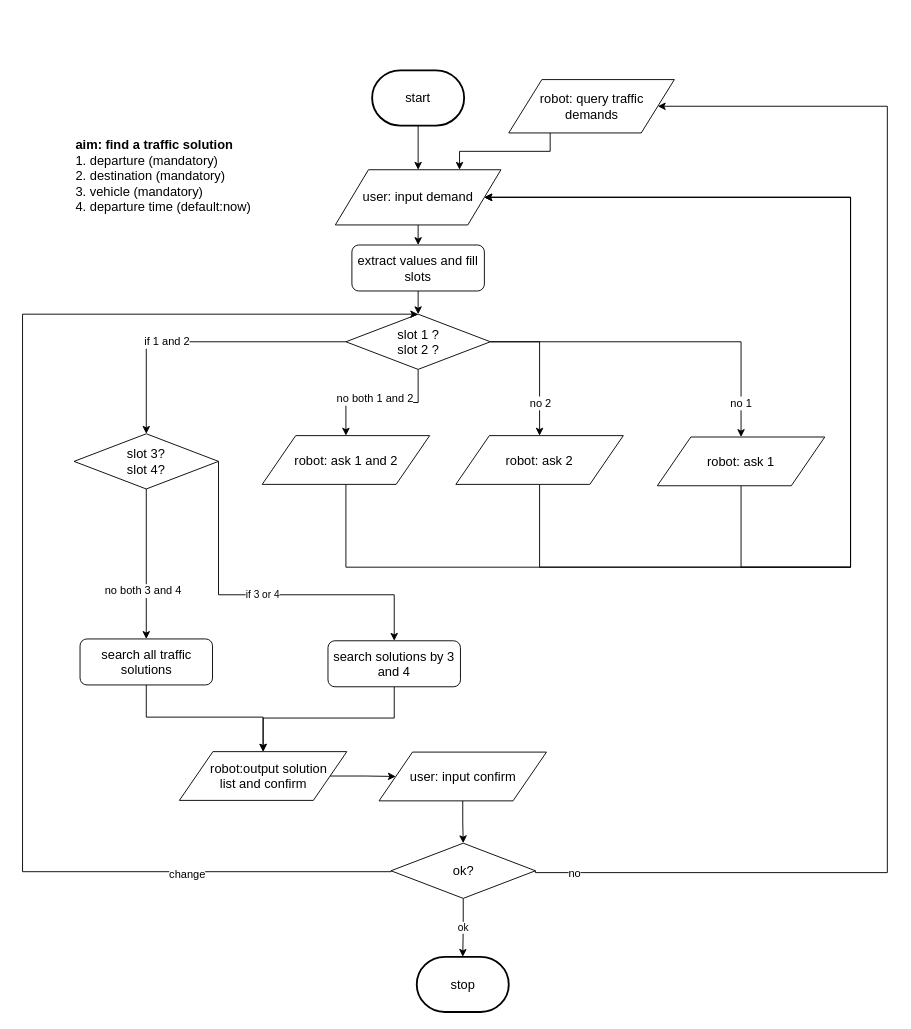
ricosr/travel_consult_chatbot keeps this draw.io diagram as flow_diagram/traffic_consult.drawio. Above is the earlier version. Source tidied: cells renumbered, new cells numbered last; positions are measured from the earlier drawing's top-left corner, leaving out a move shared by most shapes. Both pictures are drawn from the tidied source at 92%, with x=0, y=0 at pixel (22, 70).
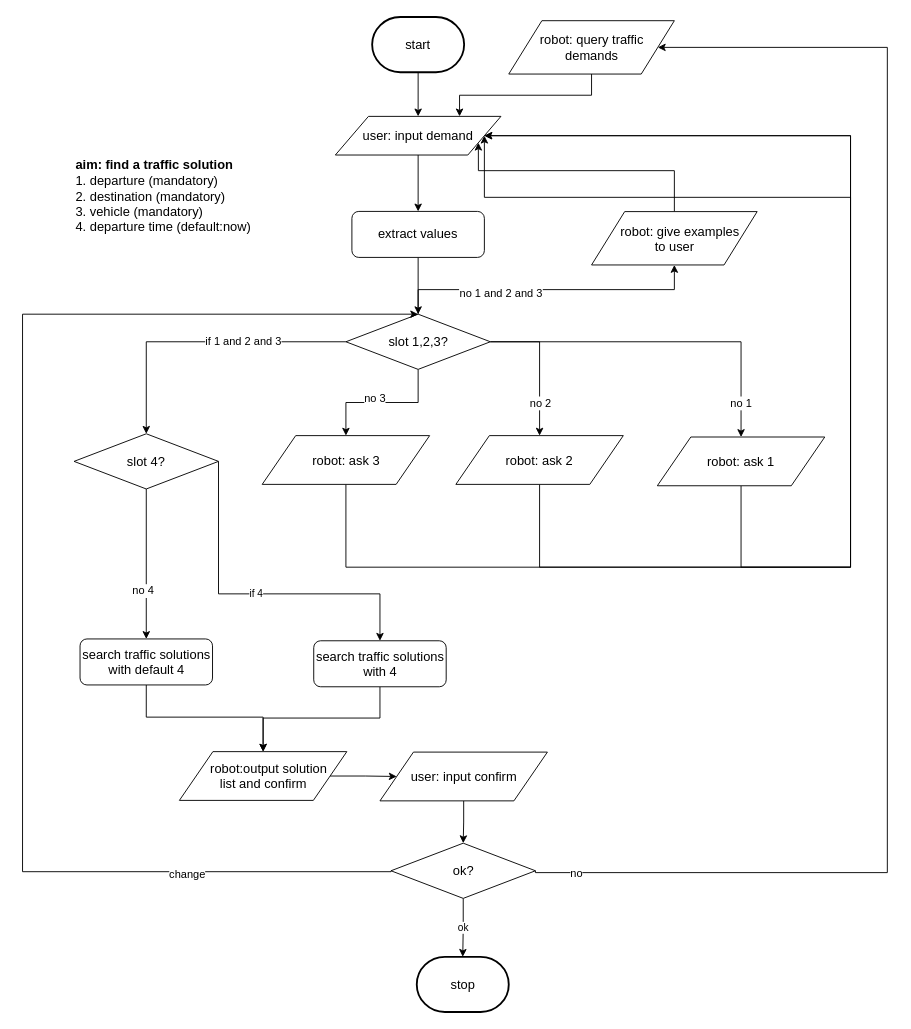
Above is the later version.

The change refers to these unchanged cells:
```xml
<mxCell id="5" style="edgeStyle=orthogonalEdgeStyle;rounded=0;jettySize=auto;html=1;exitX=0.5;exitY=1;exitDx=0;exitDy=0;entryX=0.5;entryY=0;entryDx=0;entryDy=0;" parent="1" edge="1" source="11" target="36">
  <mxGeometry relative="1" as="geometry" />
</mxCell>
<mxCell id="9" style="edgeStyle=orthogonalEdgeStyle;rounded=0;jettySize=auto;html=1;exitX=0;exitY=0.5;exitDx=0;exitDy=0;" parent="1" edge="1" source="11" target="17">
  <mxGeometry relative="1" as="geometry" />
</mxCell>
<mxCell id="14" style="edgeStyle=orthogonalEdgeStyle;rounded=0;jettySize=auto;html=1;exitX=0.5;exitY=1;exitDx=0;exitDy=0;" parent="1" edge="1" source="17" target="13">
  <mxGeometry relative="1" as="geometry" />
</mxCell>
<mxCell id="27" value="&lt;font style=&quot;font-size: 14px&quot;&gt;ok?&lt;br&gt;&lt;/font&gt;" style="rhombus;whiteSpace=wrap;html=1;" parent="1" vertex="1">
  <mxGeometry x="400.5" y="840" width="157" height="60" as="geometry" />
</mxCell>
<mxCell id="38" value="&lt;span style=&quot;font-size: 14px&quot;&gt;robot: ask 2&lt;/span&gt;" style="shape=parallelogram;perimeter=parallelogramPerimeter;whiteSpace=wrap;html=1;" parent="1" vertex="1">
  <mxGeometry x="471" y="397" width="182" height="53" as="geometry" />
</mxCell>
<mxCell id="40" value="&lt;span style=&quot;font-size: 14px&quot;&gt;robot: ask 1&lt;/span&gt;" style="shape=parallelogram;perimeter=parallelogramPerimeter;whiteSpace=wrap;html=1;" parent="1" vertex="1">
  <mxGeometry x="690" y="398.5" width="182" height="53" as="geometry" />
</mxCell>
<mxCell id="41" value="&lt;span style=&quot;font-size: 14px&quot;&gt;&amp;nbsp; &amp;nbsp;robot:output solution &lt;br&gt;list and confirm&lt;/span&gt;" style="shape=parallelogram;perimeter=parallelogramPerimeter;whiteSpace=wrap;html=1;" parent="1" vertex="1">
  <mxGeometry x="170.5" y="740.5" width="182" height="53" as="geometry" />
</mxCell>
```

Diff of the diagram source:
```diff
@@
     <mxCell id="2" value="&lt;font style=&quot;font-size: 14px&quot;&gt;&lt;b&gt;aim: find a traffic solution&lt;/b&gt;&lt;br&gt;1. departure (mandatory)&lt;br&gt;2. destination (mandatory)&lt;br&gt;3. vehicle (mandatory)&lt;br&gt;4. departure time (default:now)&lt;br&gt;&lt;br&gt;&lt;/font&gt;" style="text;html=1;strokeColor=none;fillColor=none;align=left;verticalAlign=middle;whiteSpace=wrap;rounded=0;" parent="1" vertex="1">
-      <mxGeometry x="56" y="77" width="204" height="91" as="geometry" />
+      <mxGeometry x="56" y="99" width="204" height="91" as="geometry" />
     </mxCell>
@@
-    <mxCell id="6" value="no both 1 and 2" style="text;html=1;align=center;verticalAlign=middle;labelBackgroundColor=#ffffff;" parent="5" vertex="1">
+    <mxCell id="6" value="no 3" style="text;html=1;align=center;verticalAlign=middle;labelBackgroundColor=#ffffff;" parent="5" vertex="1">
       <mxGeometry x="0.12" y="-5" relative="1" as="geometry" />
     </mxCell>
@@
-    <mxCell id="10" value="if 1 and 2" style="text;html=1;align=center;verticalAlign=middle;labelBackgroundColor=#ffffff;" parent="9" vertex="1">
-      <mxGeometry x="0.23" y="-1" relative="1" as="geometry" />
+    <mxCell id="10" value="if 1 and 2 and 3" style="text;html=1;align=center;verticalAlign=middle;labelBackgroundColor=#ffffff;" parent="9" vertex="1">
+      <mxGeometry x="0.23" y="-1" relative="1" as="geometry">
+        <mxPoint x="83" y="0.5" as="offset" />
+      </mxGeometry>
     </mxCell>
+    <mxCell id="45" style="edgeStyle=orthogonalEdgeStyle;rounded=0;jettySize=auto;html=1;exitX=0.5;exitY=0;exitDx=0;exitDy=0;entryX=0.5;entryY=1;entryDx=0;entryDy=0;" parent="1" edge="1" source="11" target="48">
+      <mxGeometry relative="1" as="geometry" />
+    </mxCell>
+    <mxCell id="46" value="no 1 and 2 and 3" style="text;html=1;align=center;verticalAlign=middle;labelBackgroundColor=#ffffff;" parent="45" vertex="1">
+      <mxGeometry x="-0.3" y="-4" relative="1" as="geometry" />
+    </mxCell>
-    <mxCell id="11" value="&lt;font style=&quot;font-size: 14px&quot;&gt;slot 1 ?&lt;br&gt;slot 2 ?&lt;br&gt;&lt;/font&gt;" style="rhombus;whiteSpace=wrap;html=1;" parent="1" vertex="1">
+    <mxCell id="11" value="&lt;font style=&quot;font-size: 14px&quot;&gt;slot 1,2,3?&lt;br&gt;&lt;/font&gt;" style="rhombus;whiteSpace=wrap;html=1;" parent="1" vertex="1">
       <mxGeometry x="351.5" y="265" width="157" height="60" as="geometry" />
     </mxCell>
@@
-    <mxCell id="13" value="&lt;font style=&quot;font-size: 14px&quot;&gt;search all traffic solutions&lt;/font&gt;" style="rounded=1;whiteSpace=wrap;html=1;" parent="1" vertex="1">
+    <mxCell id="13" value="&lt;font style=&quot;font-size: 14px&quot;&gt;search traffic solutions with default 4&lt;/font&gt;" style="rounded=1;whiteSpace=wrap;html=1;" parent="1" vertex="1">
       <mxGeometry x="62.5" y="618" width="144" height="50" as="geometry" />
     </mxCell>
@@
-    <mxCell id="15" value="no both 3 and 4" style="text;html=1;align=center;verticalAlign=middle;labelBackgroundColor=#ffffff;" parent="14" vertex="1">
+    <mxCell id="15" value="no 4" style="text;html=1;align=center;verticalAlign=middle;labelBackgroundColor=#ffffff;" parent="14" vertex="1">
       <mxGeometry x="0.35" y="-4" relative="1" as="geometry" />
     </mxCell>
-    <mxCell id="16" value="if 3 or 4" style="edgeStyle=orthogonalEdgeStyle;rounded=0;jettySize=auto;html=1;exitX=1;exitY=0.5;exitDx=0;exitDy=0;entryX=0.5;entryY=0;entryDx=0;entryDy=0;" parent="1" edge="1" source="17" target="19">
+    <mxCell id="16" value="if 4" style="edgeStyle=orthogonalEdgeStyle;rounded=0;jettySize=auto;html=1;exitX=1;exitY=0.5;exitDx=0;exitDy=0;entryX=0.5;entryY=0;entryDx=0;entryDy=0;" parent="1" edge="1" source="17" target="19">
       <mxGeometry relative="1" as="geometry">
         <Array as="points">
-          <mxPoint x="213" y="570" />
-          <mxPoint x="404" y="570" />
+          <mxPoint x="213" y="569" />
+          <mxPoint x="389" y="569" />
         </Array>
       </mxGeometry>
     </mxCell>
-    <mxCell id="17" value="&lt;font style=&quot;font-size: 14px&quot;&gt;slot 3?&lt;br&gt;slot 4?&lt;br&gt;&lt;/font&gt;" style="rhombus;whiteSpace=wrap;html=1;" parent="1" vertex="1">
+    <mxCell id="17" value="&lt;font style=&quot;font-size: 14px&quot;&gt;slot 4?&lt;br&gt;&lt;/font&gt;" style="rhombus;whiteSpace=wrap;html=1;" parent="1" vertex="1">
       <mxGeometry x="56" y="395" width="157" height="60" as="geometry" />
     </mxCell>
     <mxCell id="18" style="edgeStyle=orthogonalEdgeStyle;rounded=0;jettySize=auto;html=1;exitX=0.5;exitY=1;exitDx=0;exitDy=0;entryX=0.5;entryY=0;entryDx=0;entryDy=0;" parent="1" edge="1" source="19" target="41">
       <mxGeometry relative="1" as="geometry">
         <Array as="points">
-          <mxPoint x="404" y="704" />
+          <mxPoint x="389" y="704" />
           <mxPoint x="262" y="704" />
         </Array>
       </mxGeometry>
     </mxCell>
-    <mxCell id="19" value="&lt;font style=&quot;font-size: 14px&quot;&gt;search solutions by 3 and 4&lt;/font&gt;" style="rounded=1;whiteSpace=wrap;html=1;" parent="1" vertex="1">
-      <mxGeometry x="332" y="620" width="144" height="50" as="geometry" />
+    <mxCell id="19" value="&lt;font style=&quot;font-size: 14px&quot;&gt;search traffic solutions with 4&lt;/font&gt;" style="rounded=1;whiteSpace=wrap;html=1;" parent="1" vertex="1">
+      <mxGeometry x="316.5" y="620" width="144" height="50" as="geometry" />
     </mxCell>
@@
     <mxCell id="25" style="edgeStyle=orthogonalEdgeStyle;rounded=0;jettySize=auto;html=1;exitX=1;exitY=0.5;exitDx=0;exitDy=0;entryX=1;entryY=0.5;entryDx=0;entryDy=0;" parent="1" edge="1" source="27" target="32">
       <mxGeometry relative="1" as="geometry">
         <Array as="points">
           <mxPoint x="557" y="872" />
           <mxPoint x="940" y="872" />
-          <mxPoint x="940" y="39" />
+          <mxPoint x="940" y="-25" />
         </Array>
       </mxGeometry>
     </mxCell>
@@
     <mxCell id="29" value="&lt;span style=&quot;font-size: 14px&quot;&gt;start&lt;/span&gt;" style="strokeWidth=2;html=1;shape=mxgraph.flowchart.terminator;whiteSpace=wrap;" parent="1" vertex="1">
-      <mxGeometry x="380" width="100" height="60" as="geometry" />
+      <mxGeometry x="380" y="-58" width="100" height="60" as="geometry" />
     </mxCell>
@@
-    <mxCell id="31" style="edgeStyle=orthogonalEdgeStyle;rounded=0;jettySize=auto;html=1;exitX=0.25;exitY=1;exitDx=0;exitDy=0;entryX=0.75;entryY=0;entryDx=0;entryDy=0;" parent="1" edge="1" source="32" target="34">
+    <mxCell id="31" style="edgeStyle=orthogonalEdgeStyle;rounded=0;jettySize=auto;html=1;exitX=0.5;exitY=1;exitDx=0;exitDy=0;entryX=0.75;entryY=0;entryDx=0;entryDy=0;" parent="1" edge="1" source="32" target="34">
       <mxGeometry relative="1" as="geometry" />
     </mxCell>
     <mxCell id="32" value="&lt;span style=&quot;font-size: 14px ; white-space: normal&quot;&gt;robot: query traffic &lt;br&gt;demands&lt;/span&gt;" style="shape=parallelogram;perimeter=parallelogramPerimeter;whiteSpace=wrap;html=1;" parent="1" vertex="1">
-      <mxGeometry x="528.5" y="10" width="180" height="58" as="geometry" />
+      <mxGeometry x="528.5" y="-54" width="180" height="58" as="geometry" />
     </mxCell>
@@
     <mxCell id="34" value="&lt;span style=&quot;font-size: 14px ; white-space: normal&quot;&gt;user: input demand&lt;/span&gt;" style="shape=parallelogram;perimeter=parallelogramPerimeter;whiteSpace=wrap;html=1;" parent="1" vertex="1">
-      <mxGeometry x="340" y="108" width="180" height="60" as="geometry" />
+      <mxGeometry x="340" y="50" width="180" height="42" as="geometry" />
     </mxCell>
@@
-    <mxCell id="36" value="&lt;font style=&quot;font-size: 14px&quot;&gt;robot: ask 1 and 2&lt;/font&gt;" style="shape=parallelogram;perimeter=parallelogramPerimeter;whiteSpace=wrap;html=1;" parent="1" vertex="1">
+    <mxCell id="36" value="&lt;font style=&quot;font-size: 14px&quot;&gt;robot: ask 3&lt;/font&gt;" style="shape=parallelogram;perimeter=parallelogramPerimeter;whiteSpace=wrap;html=1;" parent="1" vertex="1">
       <mxGeometry x="260.5" y="397" width="182" height="53" as="geometry" />
     </mxCell>
     <mxCell id="37" style="edgeStyle=orthogonalEdgeStyle;rounded=0;jettySize=auto;html=1;exitX=0.5;exitY=1;exitDx=0;exitDy=0;entryX=1;entryY=0.5;entryDx=0;entryDy=0;" parent="1" edge="1" source="38" target="34">
       <mxGeometry relative="1" as="geometry">
         <Array as="points">
           <mxPoint x="562" y="540" />
           <mxPoint x="900" y="540" />
-          <mxPoint x="900" y="138" />
+          <mxPoint x="900" y="71" />
         </Array>
       </mxGeometry>
     </mxCell>
@@
     <mxCell id="39" style="edgeStyle=orthogonalEdgeStyle;rounded=0;jettySize=auto;html=1;exitX=0.5;exitY=1;exitDx=0;exitDy=0;entryX=1;entryY=0.5;entryDx=0;entryDy=0;" parent="1" edge="1" source="40" target="34">
       <mxGeometry relative="1" as="geometry">
         <Array as="points">
           <mxPoint x="781" y="540" />
           <mxPoint x="900" y="540" />
-          <mxPoint x="900" y="138" />
+          <mxPoint x="900" y="71" />
         </Array>
       </mxGeometry>
     </mxCell>
@@
     <mxCell id="42" value="&lt;span style=&quot;font-size: 14px&quot;&gt;user: input confirm&lt;/span&gt;" style="shape=parallelogram;perimeter=parallelogramPerimeter;whiteSpace=wrap;html=1;" parent="1" vertex="1">
-      <mxGeometry x="387.5" y="741" width="182" height="53" as="geometry" />
+      <mxGeometry x="388.5" y="741" width="182" height="53" as="geometry" />
     </mxCell>
@@
-    <mxCell id="44" value="&lt;font style=&quot;font-size: 14px&quot;&gt;extract values and fill slots&lt;/font&gt;" style="rounded=1;whiteSpace=wrap;html=1;" parent="1" vertex="1">
-      <mxGeometry x="358" y="189.8" width="144" height="50" as="geometry" />
+    <mxCell id="44" value="&lt;font style=&quot;font-size: 14px&quot;&gt;extract values&lt;/font&gt;" style="rounded=1;whiteSpace=wrap;html=1;" parent="1" vertex="1">
+      <mxGeometry x="358" y="153.3" width="144" height="50" as="geometry" />
     </mxCell>
+    <mxCell id="47" style="edgeStyle=orthogonalEdgeStyle;rounded=0;jettySize=auto;html=1;exitX=0.5;exitY=0;exitDx=0;exitDy=0;entryX=1;entryY=0.75;entryDx=0;entryDy=0;" parent="1" edge="1" source="48" target="34">
+      <mxGeometry relative="1" as="geometry">
+        <Array as="points">
+          <mxPoint x="709" y="109" />
+          <mxPoint x="495" y="109" />
+        </Array>
+      </mxGeometry>
+    </mxCell>
+    <mxCell id="48" value="&lt;span style=&quot;font-size: 14px ; white-space: normal&quot;&gt;&amp;nbsp; &amp;nbsp;robot: give examples &lt;br&gt;to user&lt;/span&gt;" style="shape=parallelogram;perimeter=parallelogramPerimeter;whiteSpace=wrap;html=1;" parent="1" vertex="1">
+      <mxGeometry x="618.5" y="153.5" width="180" height="58" as="geometry" />
+    </mxCell>
```
